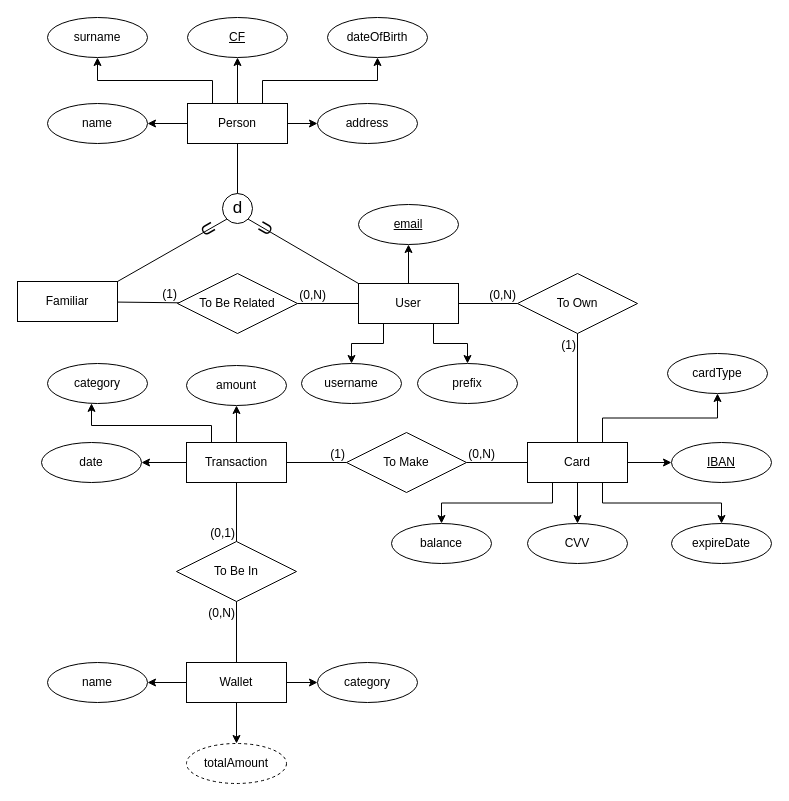
This is Database/Documentation/ERdiagram.drawio from Franwik/SavingMoneyUnina, a draw.io file, before an edit. Source tidied: cells renumbered, new cells numbered last; positions are measured from the earlier drawing's top-left corner, leaving out a move shared by most shapes. Both pictures are drawn from the tidied source at 100%, with x=0, y=0 at pixel (17, 17).
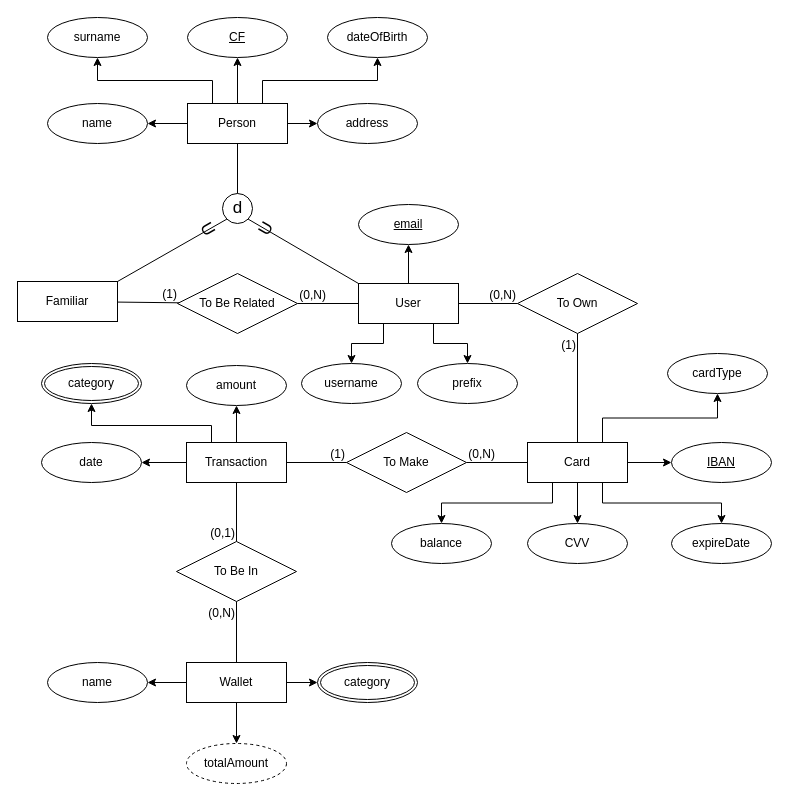
Above is the later version.

The change refers to these unchanged cells:
```xml
<mxCell id="5" value="Transaction" style="whiteSpace=wrap;html=1;align=center;" parent="1" vertex="1">
  <mxGeometry x="169" y="425" width="100" height="40" as="geometry" />
</mxCell>
<mxCell id="9" value="Wallet" style="whiteSpace=wrap;html=1;align=center;" parent="1" vertex="1">
  <mxGeometry x="169" y="645" width="100" height="40" as="geometry" />
</mxCell>
```

Diff of the diagram source:
```diff
@@
-    <mxCell id="4" style="edgeStyle=orthogonalEdgeStyle;rounded=0;jettySize=auto;html=1;exitX=0.25;exitY=0;exitDx=0;exitDy=0;" parent="1" edge="1" source="5" target="72">
+    <mxCell id="4" style="edgeStyle=orthogonalEdgeStyle;rounded=0;jettySize=auto;html=1;exitX=0.25;exitY=0;exitDx=0;exitDy=0;" parent="1" edge="1" source="5" target="74">
       <mxGeometry relative="1" as="geometry">
         <Array as="points">
           <mxPoint x="194" y="408" />
           <mxPoint x="74" y="408" />
         </Array>
       </mxGeometry>
     </mxCell>
@@
-    <mxCell id="8" style="edgeStyle=orthogonalEdgeStyle;rounded=0;jettySize=auto;html=1;exitX=1;exitY=0.5;exitDx=0;exitDy=0;" parent="1" edge="1" source="9" target="71">
+    <mxCell id="8" style="edgeStyle=orthogonalEdgeStyle;rounded=0;jettySize=auto;html=1;exitX=1;exitY=0.5;exitDx=0;exitDy=0;" parent="1" edge="1" source="9" target="73">
       <mxGeometry relative="1" as="geometry" />
     </mxCell>
@@
-    <mxCell id="71" value="category" style="ellipse;whiteSpace=wrap;html=1;align=center;" parent="1" vertex="1">
-      <mxGeometry x="300" y="645" width="100" height="40" as="geometry" />
-    </mxCell>
-    <mxCell id="72" value="category" style="ellipse;whiteSpace=wrap;html=1;align=center;" parent="1" vertex="1">
-      <mxGeometry x="30" y="346" width="100" height="40" as="geometry" />
-    </mxCell>
+    <mxCell id="73" value="category" style="ellipse;shape=doubleEllipse;margin=3;whiteSpace=wrap;html=1;align=center;" parent="1" vertex="1">
+      <mxGeometry x="300" y="645" width="100" height="40" as="geometry" />
+    </mxCell>
+    <mxCell id="74" value="category" style="ellipse;shape=doubleEllipse;margin=3;whiteSpace=wrap;html=1;align=center;" parent="1" vertex="1">
+      <mxGeometry x="24" y="346" width="100" height="40" as="geometry" />
+    </mxCell>
```
